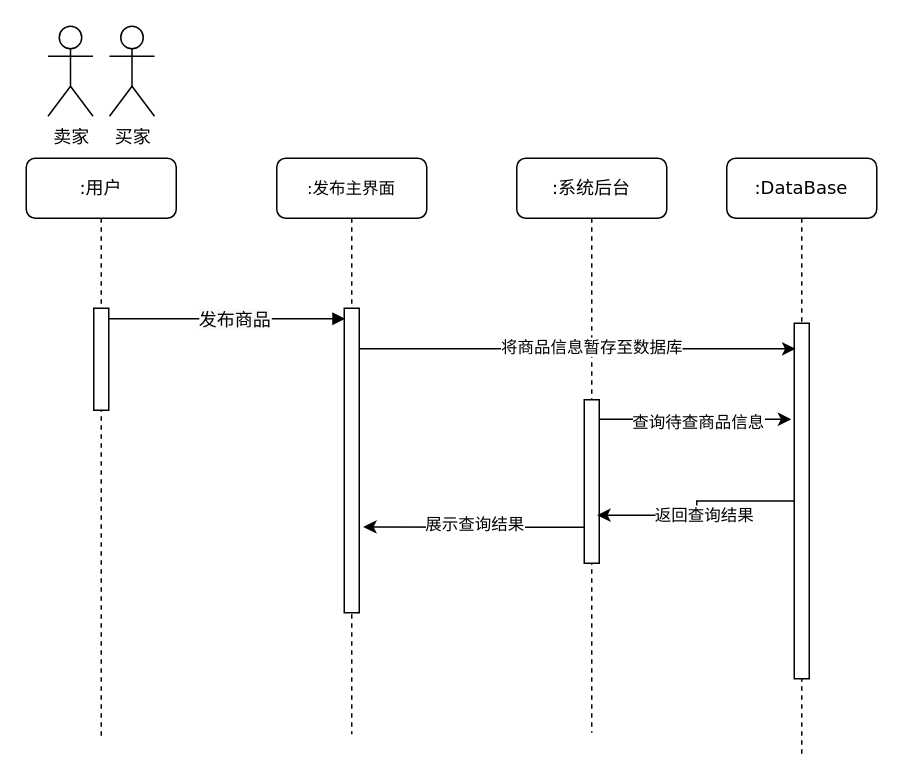
200928/image keeps this draw.io diagram as 商品审核顺序图.drawio. Above is the earlier version. Source tidied: cells renumbered, new cells numbered last; positions are measured from the earlier drawing's top-left corner, leaving out a move shared by most shapes. Both pictures are drawn from the tidied source at 150%, with x=0, y=0 at pixel (26, 26).
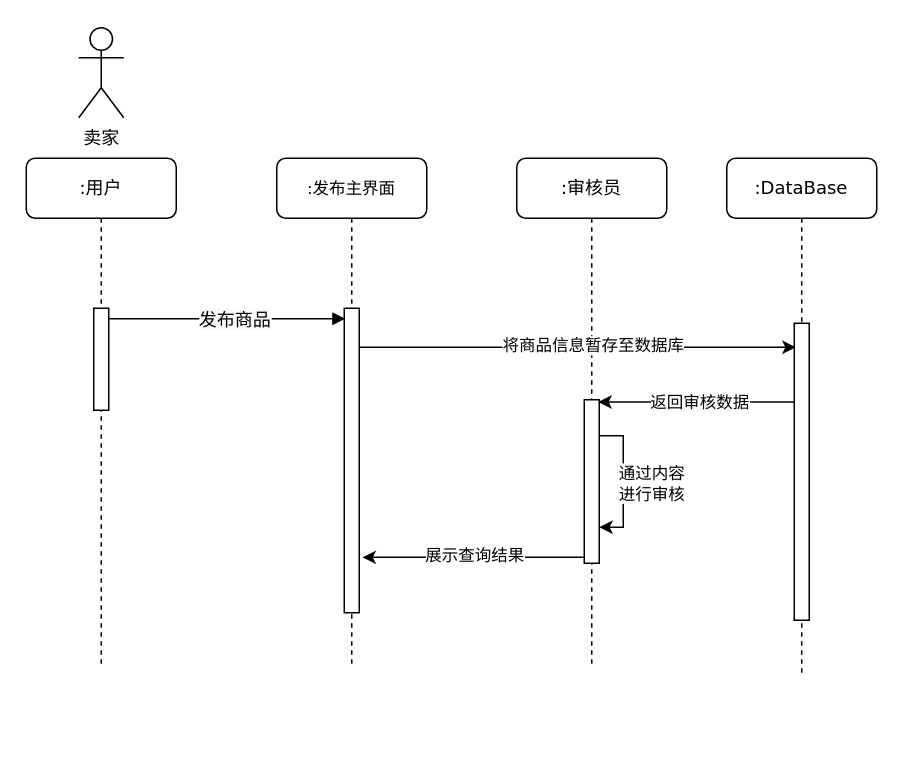
After the change.

Commit message (it also covers changes not shown here):
更新商品审核顺序图.drawio

Unchanged cells that the change refers to:
```xml
<mxCell id="3" style="html=1;points=[];perimeter=orthogonalPerimeter;rounded=0;shadow=0;comic=0;labelBackgroundColor=none;strokeWidth=1;fontFamily=Verdana;fontSize=12;align=center;" parent="2" vertex="1">
  <mxGeometry x="45" y="100" width="10" height="203" as="geometry" />
</mxCell>
<mxCell id="5" style="html=1;points=[];perimeter=orthogonalPerimeter;rounded=0;shadow=0;comic=0;labelBackgroundColor=none;strokeWidth=1;fontFamily=Verdana;fontSize=12;align=center;" parent="4" vertex="1">
  <mxGeometry x="45" y="161" width="10" height="109" as="geometry" />
</mxCell>
```

The edit, as a diff of the source:
```diff
@@
     <mxCell id="2" value="&lt;font style=&quot;font-size: 11px ; line-height: 1.2&quot;&gt;:发布主界面&lt;/font&gt;" style="shape=umlLifeline;perimeter=lifelinePerimeter;whiteSpace=wrap;html=1;rounded=1;shadow=0;comic=0;labelBackgroundColor=none;strokeWidth=1;fontFamily=Verdana;fontSize=12;align=center;" parent="1" vertex="1">
-      <mxGeometry x="167" y="88" width="100" height="384" as="geometry" />
+      <mxGeometry x="167" y="88" width="100" height="338" as="geometry" />
     </mxCell>
@@
-    <mxCell id="4" value=":系统后台" style="shape=umlLifeline;perimeter=lifelinePerimeter;whiteSpace=wrap;html=1;rounded=1;shadow=0;comic=0;labelBackgroundColor=none;strokeWidth=1;fontFamily=Verdana;fontSize=12;align=center;" parent="1" vertex="1">
-      <mxGeometry x="327" y="88" width="100" height="383" as="geometry" />
+    <mxCell id="4" value=":审核员" style="shape=umlLifeline;perimeter=lifelinePerimeter;whiteSpace=wrap;html=1;rounded=1;shadow=0;comic=0;labelBackgroundColor=none;strokeWidth=1;fontFamily=Verdana;fontSize=12;align=center;" parent="1" vertex="1">
+      <mxGeometry x="327" y="88" width="100" height="340" as="geometry" />
     </mxCell>
@@
+    <mxCell id="22" style="edgeStyle=orthogonalEdgeStyle;rounded=0;orthogonalLoop=1;jettySize=auto;html=1;" parent="4" edge="1" source="5" target="5">
+      <mxGeometry relative="1" as="geometry">
+        <Array as="points">
+          <mxPoint x="71" y="246" />
+        </Array>
+      </mxGeometry>
+    </mxCell>
+    <mxCell id="23" value="通过内容&lt;br&gt;进行审核" style="edgeLabel;html=1;align=center;verticalAlign=middle;" parent="22" vertex="1">
+      <mxGeometry x="0.19" y="-1" relative="1" as="geometry">
+        <mxPoint x="19" y="-8" as="offset" />
+      </mxGeometry>
+    </mxCell>
     <mxCell id="6" value=":DataBase" style="shape=umlLifeline;perimeter=lifelinePerimeter;whiteSpace=wrap;html=1;rounded=1;shadow=0;comic=0;labelBackgroundColor=none;strokeWidth=1;fontFamily=Verdana;fontSize=12;align=center;" parent="1" vertex="1">
-      <mxGeometry x="467" y="88" width="100" height="398" as="geometry" />
+      <mxGeometry x="467" y="88" width="100" height="344" as="geometry" />
     </mxCell>
     <mxCell id="7" style="html=1;points=[];perimeter=orthogonalPerimeter;rounded=0;shadow=0;comic=0;labelBackgroundColor=none;strokeWidth=1;fontFamily=Verdana;fontSize=12;align=center;" parent="6" vertex="1">
-      <mxGeometry x="45" y="110" width="10" height="237" as="geometry" />
+      <mxGeometry x="45" y="110" width="10" height="198" as="geometry" />
     </mxCell>
     <mxCell id="8" value=":用户" style="shape=umlLifeline;perimeter=lifelinePerimeter;whiteSpace=wrap;html=1;rounded=1;shadow=0;comic=0;labelBackgroundColor=none;strokeWidth=1;fontFamily=Verdana;fontSize=12;align=center;" parent="1" vertex="1">
-      <mxGeometry y="88" width="100" height="387" as="geometry" />
+      <mxGeometry y="88" width="100" height="340" as="geometry" />
     </mxCell>
@@
     <mxCell id="12" value="卖家" style="shape=umlActor;verticalLabelPosition=bottom;verticalAlign=top;html=1;" parent="1" vertex="1">
-      <mxGeometry x="14.5" width="30" height="60" as="geometry" />
+      <mxGeometry x="35" y="1" width="30" height="60" as="geometry" />
     </mxCell>
-    <mxCell id="13" style="edgeStyle=orthogonalEdgeStyle;rounded=0;jettySize=auto;html=1;" parent="1" edge="1" source="5">
-      <mxGeometry relative="1" as="geometry">
-        <mxPoint x="510" y="262" as="targetPoint" />
-        <Array as="points">
-          <mxPoint x="413" y="262" />
-          <mxPoint x="413" y="262" />
-        </Array>
-      </mxGeometry>
-    </mxCell>
-    <mxCell id="14" value="查询待查商品信息" style="edgeLabel;html=1;align=center;verticalAlign=middle;" parent="13" vertex="1">
-      <mxGeometry x="-0.25" y="-1" relative="1" as="geometry">
-        <mxPoint x="17" as="offset" />
-      </mxGeometry>
-    </mxCell>
-    <mxCell id="15" value="买家" style="shape=umlActor;verticalLabelPosition=bottom;verticalAlign=top;html=1;" parent="1" vertex="1">
-      <mxGeometry x="55.5" width="30" height="60" as="geometry" />
-    </mxCell>
-    <mxCell id="16" style="edgeStyle=orthogonalEdgeStyle;rounded=0;jettySize=auto;html=1;entryX=0.86;entryY=0.706;entryDx=0;entryDy=0;entryPerimeter=0;" parent="1" edge="1" source="7" target="5">
-      <mxGeometry relative="1" as="geometry" />
+    <mxCell id="16" style="edgeStyle=orthogonalEdgeStyle;rounded=0;jettySize=auto;html=1;entryX=0.933;entryY=0.014;entryDx=0;entryDy=0;entryPerimeter=0;" parent="1" edge="1" source="7" target="5">
+      <mxGeometry relative="1" as="geometry">
+        <Array as="points">
+          <mxPoint x="447" y="251" />
+        </Array>
+      </mxGeometry>
     </mxCell>
-    <mxCell id="17" value="返回查询结果" style="edgeLabel;html=1;align=center;verticalAlign=middle;" parent="16" vertex="1">
+    <mxCell id="17" value="返回审核数据" style="edgeLabel;html=1;align=center;verticalAlign=middle;" parent="16" vertex="1">
       <mxGeometry x="0.28" y="1" relative="1" as="geometry">
         <mxPoint x="20" y="-1" as="offset" />
       </mxGeometry>
     </mxCell>
-    <mxCell id="18" style="edgeStyle=orthogonalEdgeStyle;rounded=0;jettySize=auto;html=1;entryX=1.26;entryY=0.718;entryDx=0;entryDy=0;entryPerimeter=0;" parent="1" edge="1" source="5" target="3">
+    <mxCell id="18" style="edgeStyle=orthogonalEdgeStyle;rounded=0;jettySize=auto;html=1;entryX=1.21;entryY=0.818;entryDx=0;entryDy=0;entryPerimeter=0;" parent="1" edge="1" source="5" target="3">
       <mxGeometry relative="1" as="geometry">
         <Array as="points">
-          <mxPoint x="338" y="334" />
-          <mxPoint x="338" y="334" />
+          <mxPoint x="341" y="354" />
+          <mxPoint x="341" y="354" />
         </Array>
       </mxGeometry>
     </mxCell>
@@
-    <mxCell id="20" style="edgeStyle=orthogonalEdgeStyle;rounded=0;jettySize=auto;html=1;entryX=0.083;entryY=0.072;entryDx=0;entryDy=0;entryPerimeter=0;" parent="1" edge="1" source="3" target="7">
+    <mxCell id="20" style="edgeStyle=orthogonalEdgeStyle;rounded=0;jettySize=auto;html=1;" parent="1" edge="1" source="3">
       <mxGeometry relative="1" as="geometry">
+        <mxPoint x="513" y="214" as="targetPoint" />
         <Array as="points">
-          <mxPoint x="293" y="215" />
-          <mxPoint x="293" y="215" />
+          <mxPoint x="513" y="215" />
         </Array>
       </mxGeometry>
     </mxCell>
```
